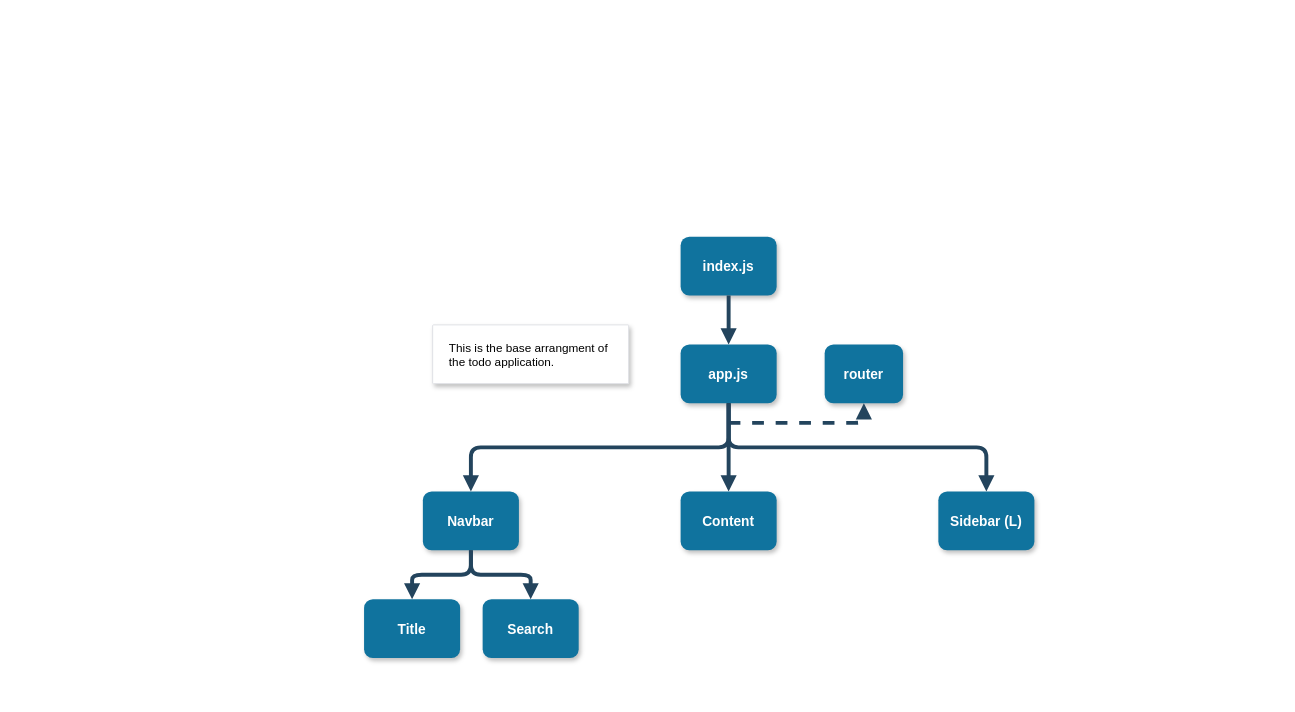
Earlier version of the draw.io diagram app-components.drawio (Hmc-1209/Todo-taskAPP). Source tidied: cells renumbered, new cells numbered last; positions are measured from the earlier drawing's top-left corner, leaving out a move shared by most shapes. Both pictures are drawn from the tidied source at 98%, with x=0, y=0 at pixel (364, 236).
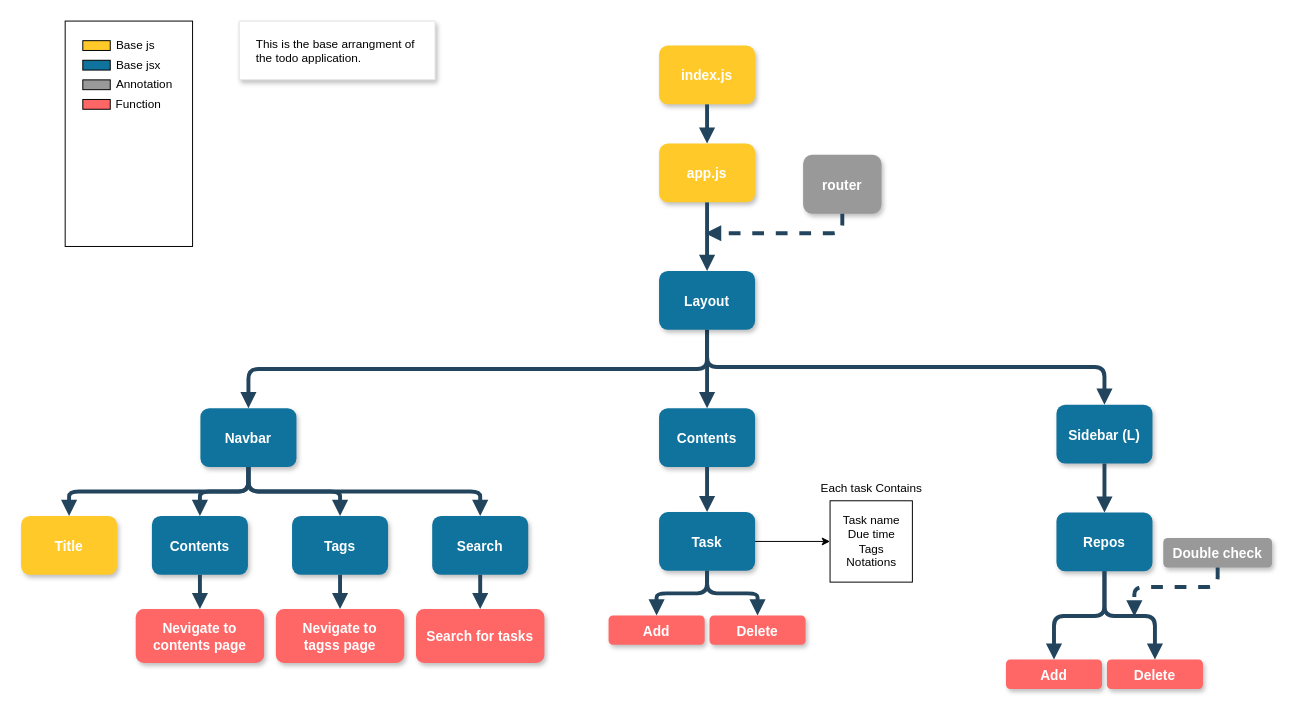
The same diagram, later.

Change to the diagram source:
```diff
@@
-    <mxCell id="2" value="index.js" style="rounded=1;fillColor=#10739E;strokeColor=none;shadow=1;gradientColor=none;fontStyle=1;fontColor=#FFFFFF;fontSize=14;" parent="1" vertex="1">
-      <mxGeometry x="323" width="98" height="60" as="geometry" />
+    <mxCell id="2" value="index.js" style="rounded=1;fillColor=#ffca29;strokeColor=none;shadow=1;gradientColor=none;fontStyle=1;fontColor=#FFFFFF;fontSize=14;" parent="1" vertex="1">
+      <mxGeometry x="301" y="-195" width="98" height="60" as="geometry" />
     </mxCell>
-    <mxCell id="3" value="router" style="rounded=1;fillColor=#10739E;strokeColor=none;shadow=1;gradientColor=none;fontStyle=1;fontColor=#FFFFFF;fontSize=14;" parent="1" vertex="1">
-      <mxGeometry x="470" y="110" width="80" height="60" as="geometry" />
+    <mxCell id="3" value="router" style="rounded=1;fillColor=#999999;strokeColor=none;shadow=1;gradientColor=none;fontStyle=1;fontColor=#FFFFFF;fontSize=14;" parent="1" vertex="1">
+      <mxGeometry x="448" y="-83.5" width="80" height="60" as="geometry" />
     </mxCell>
     <mxCell id="4" style="edgeStyle=elbowEdgeStyle;elbow=vertical;strokeWidth=4;endArrow=block;endFill=1;fontStyle=1;strokeColor=#23445D;entryX=0.5;entryY=0;entryDx=0;entryDy=0;" parent="1" edge="1" source="2" target="7">
-      <mxGeometry x="22" y="165.5" as="geometry" />
+      <mxGeometry y="-39.5" as="geometry" />
     </mxCell>
-    <mxCell id="5" style="edgeStyle=elbowEdgeStyle;elbow=vertical;strokeWidth=4;endArrow=block;endFill=1;fontStyle=1;strokeColor=#23445D;entryX=0.5;entryY=0;entryDx=0;entryDy=0;" parent="1" edge="1" target="10">
-      <mxGeometry x="22" y="165.5" as="geometry">
-        <mxPoint x="372" y="165.5" as="sourcePoint" />
-      </mxGeometry>
+    <mxCell id="5" style="edgeStyle=elbowEdgeStyle;elbow=vertical;strokeWidth=4;endArrow=block;endFill=1;fontStyle=1;strokeColor=#23445D;entryX=0.5;entryY=0;entryDx=0;entryDy=0;exitX=0.5;exitY=1;exitDx=0;exitDy=0;" parent="1" edge="1" source="54" target="10">
+      <mxGeometry y="80.5" as="geometry" />
     </mxCell>
-    <mxCell id="6" style="edgeStyle=elbowEdgeStyle;elbow=vertical;strokeWidth=4;endArrow=block;endFill=1;fontStyle=1;dashed=1;strokeColor=#23445D;" parent="1" edge="1" target="3">
-      <mxGeometry x="22" y="165.5" as="geometry">
-        <mxPoint x="372" y="190" as="sourcePoint" />
+    <mxCell id="6" style="edgeStyle=elbowEdgeStyle;elbow=vertical;strokeWidth=4;endArrow=block;endFill=1;fontStyle=1;dashed=1;strokeColor=#23445D;exitX=0.5;exitY=1;exitDx=0;exitDy=0;" parent="1" edge="1" source="3">
+      <mxGeometry y="-28" as="geometry">
+        <mxPoint x="348" y="-3.5" as="targetPoint" />
         <Array as="points">
-          <mxPoint x="510" y="190" />
-          <mxPoint x="662" y="55.5" />
+          <mxPoint x="508" y="-3.5" />
+          <mxPoint x="488" y="-3.5" />
+          <mxPoint x="640" y="-138" />
         </Array>
       </mxGeometry>
     </mxCell>
-    <mxCell id="7" value="app.js" style="rounded=1;fillColor=#10739E;strokeColor=none;shadow=1;gradientColor=none;fontStyle=1;fontColor=#FFFFFF;fontSize=14;" parent="1" vertex="1">
-      <mxGeometry x="323" y="110" width="98" height="60" as="geometry" />
+    <mxCell id="7" value="app.js" style="rounded=1;fillColor=#ffca29;strokeColor=none;shadow=1;gradientColor=none;fontStyle=1;fontColor=#FFFFFF;fontSize=14;" parent="1" vertex="1">
+      <mxGeometry x="301" y="-95" width="98" height="60" as="geometry" />
     </mxCell>
     <mxCell id="8" value="Navbar" style="rounded=1;fillColor=#10739E;strokeColor=none;shadow=1;gradientColor=none;fontStyle=1;fontColor=#FFFFFF;fontSize=14;" parent="1" vertex="1">
-      <mxGeometry x="60" y="260" width="98" height="60" as="geometry" />
+      <mxGeometry x="-167" y="175" width="98" height="60" as="geometry" />
     </mxCell>
-    <mxCell id="9" style="edgeStyle=elbowEdgeStyle;elbow=vertical;strokeWidth=4;endArrow=block;endFill=1;fontStyle=1;strokeColor=#23445D;entryX=0.5;entryY=0;entryDx=0;entryDy=0;exitX=0.5;exitY=1;exitDx=0;exitDy=0;" parent="1" edge="1" source="7" target="8">
-      <mxGeometry x="32" y="175.5" as="geometry" />
+    <mxCell id="9" style="edgeStyle=elbowEdgeStyle;elbow=vertical;strokeWidth=4;endArrow=block;endFill=1;fontStyle=1;strokeColor=#23445D;entryX=0.5;entryY=0;entryDx=0;entryDy=0;exitX=0.5;exitY=1;exitDx=0;exitDy=0;" parent="1" edge="1" source="54" target="8">
+      <mxGeometry x="-169" y="87" as="geometry" />
     </mxCell>
-    <mxCell id="10" value="Content" style="rounded=1;fillColor=#10739E;strokeColor=none;shadow=1;gradientColor=none;fontStyle=1;fontColor=#FFFFFF;fontSize=14;" parent="1" vertex="1">
-      <mxGeometry x="323" y="260" width="98" height="60" as="geometry" />
+    <mxCell id="10" value="Contents" style="rounded=1;fillColor=#10739E;strokeColor=none;shadow=1;gradientColor=none;fontStyle=1;fontColor=#FFFFFF;fontSize=14;" parent="1" vertex="1">
+      <mxGeometry x="301" y="175" width="98" height="60" as="geometry" />
     </mxCell>
     <mxCell id="11" value="Sidebar (L)" style="rounded=1;fillColor=#10739E;strokeColor=none;shadow=1;gradientColor=none;fontStyle=1;fontColor=#FFFFFF;fontSize=14;" parent="1" vertex="1">
-      <mxGeometry x="586" y="260" width="98" height="60" as="geometry" />
+      <mxGeometry x="706.5" y="171.5" width="98" height="60" as="geometry" />
     </mxCell>
-    <mxCell id="12" style="edgeStyle=elbowEdgeStyle;elbow=vertical;strokeWidth=4;endArrow=block;endFill=1;fontStyle=1;strokeColor=#23445D;entryX=0.5;entryY=0;entryDx=0;entryDy=0;exitX=0.5;exitY=1;exitDx=0;exitDy=0;" parent="1" edge="1" source="7" target="11">
-      <mxGeometry x="32" y="175.5" as="geometry" />
+    <mxCell id="12" style="edgeStyle=elbowEdgeStyle;elbow=vertical;strokeWidth=4;endArrow=block;endFill=1;fontStyle=1;strokeColor=#23445D;entryX=0.5;entryY=0;entryDx=0;entryDy=0;exitX=0.5;exitY=1;exitDx=0;exitDy=0;" parent="1" edge="1" source="54" target="11">
+      <mxGeometry x="-169" y="87" as="geometry" />
     </mxCell>
     <mxCell id="13" value="This is the base arrangment of the todo application." style="html=1;rounded=1;fillColor=#ffffff;strokeColor=#DFE1E5;fontSize=12;align=left;fontColor=#000000;shadow=1;arcSize=1;whiteSpace=wrap;verticalAlign=top;spacingLeft=15;spacingRight=15;spacingTop=10;" parent="1" vertex="1">
-      <mxGeometry x="70" y="90" width="200" height="60" as="geometry" />
+      <mxGeometry x="-127.5" y="-220" width="200" height="60" as="geometry" />
     </mxCell>
-    <mxCell id="14" value="Title" style="rounded=1;fillColor=#10739E;strokeColor=none;shadow=1;gradientColor=none;fontStyle=1;fontColor=#FFFFFF;fontSize=14;" parent="1" vertex="1">
-      <mxGeometry y="370" width="98" height="60" as="geometry" />
+    <mxCell id="14" value="Title" style="rounded=1;fillColor=#ffca29;strokeColor=none;shadow=1;gradientColor=none;fontStyle=1;fontColor=#FFFFFF;fontSize=14;" parent="1" vertex="1">
+      <mxGeometry x="-350" y="285" width="98" height="60" as="geometry" />
     </mxCell>
     <mxCell id="15" style="edgeStyle=elbowEdgeStyle;elbow=vertical;strokeWidth=4;endArrow=block;endFill=1;fontStyle=1;strokeColor=#23445D;exitX=0.5;exitY=1;exitDx=0;exitDy=0;" parent="1" edge="1" source="8" target="14">
-      <mxGeometry x="-241" y="325.5" as="geometry" />
+      <mxGeometry x="-468" y="240.5" as="geometry" />
     </mxCell>
     <mxCell id="16" value="Search" style="rounded=1;fillColor=#10739E;strokeColor=none;shadow=1;gradientColor=none;fontStyle=1;fontColor=#FFFFFF;fontSize=14;" parent="1" vertex="1">
-      <mxGeometry x="121" y="370" width="98" height="60" as="geometry" />
+      <mxGeometry x="69.5" y="285" width="98" height="60" as="geometry" />
     </mxCell>
     <mxCell id="17" style="edgeStyle=elbowEdgeStyle;elbow=vertical;strokeWidth=4;endArrow=block;endFill=1;fontStyle=1;strokeColor=#23445D;exitX=0.5;exitY=1;exitDx=0;exitDy=0;entryX=0.5;entryY=0;entryDx=0;entryDy=0;" parent="1" edge="1" source="8" target="16">
-      <mxGeometry x="-231" y="335.5" as="geometry" />
+      <mxGeometry x="-298.5" y="250.5" as="geometry" />
     </mxCell>
+    <mxCell id="18" value="Contents" style="rounded=1;fillColor=#10739E;strokeColor=none;shadow=1;gradientColor=none;fontStyle=1;fontColor=#FFFFFF;fontSize=14;" parent="1" vertex="1">
+      <mxGeometry x="-216.5" y="285" width="98" height="60" as="geometry" />
+    </mxCell>
+    <mxCell id="19" value="Tags" style="rounded=1;fillColor=#10739E;strokeColor=none;shadow=1;gradientColor=none;fontStyle=1;fontColor=#FFFFFF;fontSize=14;" parent="1" vertex="1">
+      <mxGeometry x="-73.5" y="285" width="98" height="60" as="geometry" />
+    </mxCell>
+    <mxCell id="20" style="edgeStyle=elbowEdgeStyle;elbow=vertical;strokeWidth=4;endArrow=block;endFill=1;fontStyle=1;strokeColor=#23445D;exitX=0.5;exitY=1;exitDx=0;exitDy=0;entryX=0.5;entryY=0;entryDx=0;entryDy=0;" parent="1" edge="1" source="8" target="18">
+      <mxGeometry x="-458" y="250.5" as="geometry" />
+    </mxCell>
+    <mxCell id="21" style="edgeStyle=elbowEdgeStyle;elbow=vertical;strokeWidth=4;endArrow=block;endFill=1;fontStyle=1;strokeColor=#23445D;exitX=0.5;exitY=1;exitDx=0;exitDy=0;" parent="1" edge="1" source="8" target="19">
+      <mxGeometry x="-448" y="260.5" as="geometry" />
+    </mxCell>
+    <mxCell id="22" style="rounded=0;whiteSpace=wrap;html=1;" parent="1" vertex="1">
+      <mxGeometry x="-305" y="-220" width="130" height="230" as="geometry" />
+    </mxCell>
+    <mxCell id="23" style="rounded=0;whiteSpace=wrap;html=1;fillColor=#ffca29;" parent="1" vertex="1">
+      <mxGeometry x="-287" y="-200" width="28" height="10" as="geometry" />
+    </mxCell>
+    <mxCell id="24" value="Base js" style="text;html=1;strokeColor=none;fillColor=none;align=center;verticalAlign=middle;whiteSpace=wrap;rounded=0;" parent="1" vertex="1">
+      <mxGeometry x="-260" y="-205" width="54" height="20" as="geometry" />
+    </mxCell>
+    <mxCell id="25" style="rounded=0;whiteSpace=wrap;html=1;fillColor=#10739E;" parent="1" vertex="1">
+      <mxGeometry x="-287" y="-180" width="28" height="10" as="geometry" />
+    </mxCell>
+    <mxCell id="26" value="Base jsx" style="text;html=1;strokeColor=none;fillColor=none;align=center;verticalAlign=middle;whiteSpace=wrap;rounded=0;" parent="1" vertex="1">
+      <mxGeometry x="-257" y="-185" width="54" height="20" as="geometry" />
+    </mxCell>
+    <mxCell id="27" style="rounded=0;whiteSpace=wrap;html=1;fillColor=#999999;" parent="1" vertex="1">
+      <mxGeometry x="-287" y="-160" width="28" height="10" as="geometry" />
+    </mxCell>
+    <mxCell id="28" value="Annotation" style="text;html=1;strokeColor=none;fillColor=none;align=center;verticalAlign=middle;whiteSpace=wrap;rounded=0;" parent="1" vertex="1">
+      <mxGeometry x="-244" y="-165" width="40" height="20" as="geometry" />
+    </mxCell>
+    <mxCell id="29" value="Repos" style="rounded=1;fillColor=#10739E;strokeColor=none;shadow=1;gradientColor=none;fontStyle=1;fontColor=#FFFFFF;fontSize=14;" parent="1" vertex="1">
+      <mxGeometry x="706.5" y="281.5" width="98" height="60" as="geometry" />
+    </mxCell>
+    <mxCell id="30" style="edgeStyle=elbowEdgeStyle;elbow=vertical;strokeWidth=4;endArrow=block;endFill=1;fontStyle=1;strokeColor=#23445D;entryX=0.5;entryY=0;entryDx=0;entryDy=0;exitX=0.5;exitY=1;exitDx=0;exitDy=0;" parent="1" edge="1" source="11" target="29">
+      <mxGeometry x="162.5" y="97" as="geometry" />
+    </mxCell>
+    <mxCell id="31" style="rounded=0;whiteSpace=wrap;html=1;fillColor=#FF6666;" parent="1" vertex="1">
+      <mxGeometry x="-287" y="-140" width="28" height="10" as="geometry" />
+    </mxCell>
+    <mxCell id="32" value="Function" style="text;html=1;strokeColor=none;fillColor=none;align=center;verticalAlign=middle;whiteSpace=wrap;rounded=0;" parent="1" vertex="1">
+      <mxGeometry x="-250" y="-145" width="40" height="20" as="geometry" />
+    </mxCell>
+    <mxCell id="33" value="Add" style="rounded=1;fillColor=#FF6666;strokeColor=none;shadow=1;gradientColor=none;fontStyle=1;fontColor=#FFFFFF;fontSize=14;" parent="1" vertex="1">
+      <mxGeometry x="655" y="431.5" width="98" height="30" as="geometry" />
+    </mxCell>
+    <mxCell id="34" value="Delete" style="rounded=1;fillColor=#FF6666;strokeColor=none;shadow=1;gradientColor=none;fontStyle=1;fontColor=#FFFFFF;fontSize=14;" parent="1" vertex="1">
+      <mxGeometry x="758" y="431.5" width="98" height="30" as="geometry" />
+    </mxCell>
+    <mxCell id="35" style="edgeStyle=elbowEdgeStyle;elbow=vertical;strokeWidth=4;endArrow=block;endFill=1;fontStyle=1;strokeColor=#23445D;entryX=0.5;entryY=0;entryDx=0;entryDy=0;exitX=0.5;exitY=1;exitDx=0;exitDy=0;" parent="1" edge="1" source="29" target="33">
+      <mxGeometry x="165.5" y="239" as="geometry" />
+    </mxCell>
+    <mxCell id="36" style="edgeStyle=elbowEdgeStyle;elbow=vertical;strokeWidth=4;endArrow=block;endFill=1;fontStyle=1;strokeColor=#23445D;exitX=0.5;exitY=1;exitDx=0;exitDy=0;" parent="1" edge="1" source="29" target="34">
+      <mxGeometry x="178" y="127" as="geometry" />
+    </mxCell>
+    <mxCell id="37" value="Double check" style="rounded=1;fillColor=#999999;strokeColor=none;shadow=1;gradientColor=none;fontStyle=1;fontColor=#FFFFFF;fontSize=14;" parent="1" vertex="1">
+      <mxGeometry x="815.5" y="307.5" width="111" height="30" as="geometry" />
+    </mxCell>
+    <mxCell id="38" style="edgeStyle=elbowEdgeStyle;elbow=vertical;strokeWidth=4;endArrow=block;endFill=1;fontStyle=1;dashed=1;strokeColor=#23445D;exitX=0.5;exitY=1;exitDx=0;exitDy=0;" parent="1" edge="1" source="37">
+      <mxGeometry x="587.5" y="295.5" as="geometry">
+        <mxPoint x="786" y="387.5" as="targetPoint" />
+        <Array as="points">
+          <mxPoint x="825.5" y="357.5" />
+          <mxPoint x="956.5" y="380" />
+          <mxPoint x="1075.5" y="320" />
+          <mxPoint x="1227.5" y="185.5" />
+        </Array>
+      </mxGeometry>
+    </mxCell>
+    <mxCell id="39" value="Nevigate to &#10;contents page" style="rounded=1;fillColor=#FF6666;strokeColor=none;shadow=1;gradientColor=none;fontStyle=1;fontColor=#FFFFFF;fontSize=14;" parent="1" vertex="1">
+      <mxGeometry x="-233" y="380" width="131" height="55" as="geometry" />
+    </mxCell>
+    <mxCell id="40" style="edgeStyle=elbowEdgeStyle;elbow=vertical;strokeWidth=4;endArrow=block;endFill=1;fontStyle=1;strokeColor=#23445D;exitX=0.5;exitY=1;exitDx=0;exitDy=0;entryX=0.5;entryY=0;entryDx=0;entryDy=0;" parent="1" edge="1" source="18" target="39">
+      <mxGeometry x="-475" y="450.5" as="geometry" />
+    </mxCell>
+    <mxCell id="41" value="Nevigate to &#10;tagss page" style="rounded=1;fillColor=#FF6666;strokeColor=none;shadow=1;gradientColor=none;fontStyle=1;fontColor=#FFFFFF;fontSize=14;" parent="1" vertex="1">
+      <mxGeometry x="-90" y="380" width="131" height="55" as="geometry" />
+    </mxCell>
+    <mxCell id="42" style="edgeStyle=elbowEdgeStyle;elbow=vertical;strokeWidth=4;endArrow=block;endFill=1;fontStyle=1;strokeColor=#23445D;exitX=0.5;exitY=1;exitDx=0;exitDy=0;entryX=0.5;entryY=0;entryDx=0;entryDy=0;" parent="1" edge="1" source="19" target="41">
+      <mxGeometry x="-428.5" y="460.5" as="geometry" />
+    </mxCell>
+    <mxCell id="43" value="Search for tasks" style="rounded=1;fillColor=#FF6666;strokeColor=none;shadow=1;gradientColor=none;fontStyle=1;fontColor=#FFFFFF;fontSize=14;" parent="1" vertex="1">
+      <mxGeometry x="53" y="380" width="131" height="55" as="geometry" />
+    </mxCell>
+    <mxCell id="44" style="edgeStyle=elbowEdgeStyle;elbow=vertical;strokeWidth=4;endArrow=block;endFill=1;fontStyle=1;strokeColor=#23445D;exitX=0.5;exitY=1;exitDx=0;exitDy=0;entryX=0.5;entryY=0;entryDx=0;entryDy=0;" parent="1" edge="1" source="16" target="43">
+      <mxGeometry x="-418.5" y="470.5" as="geometry" />
+    </mxCell>
+    <mxCell id="45" style="edgeStyle=orthogonalEdgeStyle;rounded=0;jettySize=auto;html=1;" parent="1" edge="1" source="46" target="48">
+      <mxGeometry relative="1" as="geometry" />
+    </mxCell>
+    <mxCell id="46" value="Task" style="rounded=1;fillColor=#10739E;strokeColor=none;shadow=1;gradientColor=none;fontStyle=1;fontColor=#FFFFFF;fontSize=14;" parent="1" vertex="1">
+      <mxGeometry x="301" y="281" width="98" height="60" as="geometry" />
+    </mxCell>
+    <mxCell id="47" style="edgeStyle=elbowEdgeStyle;elbow=vertical;strokeWidth=4;endArrow=block;endFill=1;fontStyle=1;strokeColor=#23445D;entryX=0.5;entryY=0;entryDx=0;entryDy=0;exitX=0.5;exitY=1;exitDx=0;exitDy=0;" parent="1" edge="1" source="10" target="46">
+      <mxGeometry x="10" y="90.5" as="geometry" />
+    </mxCell>
+    <mxCell id="48" value="Task name&lt;br&gt;Due time&lt;br&gt;Tags&lt;br&gt;Notations" style="rounded=0;whiteSpace=wrap;html=1;strokeColor=#000000;fillColor=#FFFFFF;" parent="1" vertex="1">
+      <mxGeometry x="475.5" y="269.5" width="84" height="83" as="geometry" />
+    </mxCell>
+    <mxCell id="49" value="Each task Contains" style="text;html=1;strokeColor=none;fillColor=none;align=center;verticalAlign=middle;whiteSpace=wrap;rounded=0;" parent="1" vertex="1">
+      <mxGeometry x="450.5" y="246.5" width="134" height="20" as="geometry" />
+    </mxCell>
+    <mxCell id="50" value="Add" style="rounded=1;fillColor=#FF6666;strokeColor=none;shadow=1;gradientColor=none;fontStyle=1;fontColor=#FFFFFF;fontSize=14;" parent="1" vertex="1">
+      <mxGeometry x="249.5" y="386.5" width="98" height="30" as="geometry" />
+    </mxCell>
+    <mxCell id="51" value="Delete" style="rounded=1;fillColor=#FF6666;strokeColor=none;shadow=1;gradientColor=none;fontStyle=1;fontColor=#FFFFFF;fontSize=14;" parent="1" vertex="1">
+      <mxGeometry x="352.5" y="386.5" width="98" height="30" as="geometry" />
+    </mxCell>
+    <mxCell id="52" style="edgeStyle=elbowEdgeStyle;elbow=vertical;strokeWidth=4;endArrow=block;endFill=1;fontStyle=1;strokeColor=#23445D;entryX=0.5;entryY=0;entryDx=0;entryDy=0;exitX=0.5;exitY=1;exitDx=0;exitDy=0;" parent="1" edge="1" source="46" target="50">
+      <mxGeometry x="-263.5" y="324" as="geometry" />
+    </mxCell>
+    <mxCell id="53" style="edgeStyle=elbowEdgeStyle;elbow=vertical;strokeWidth=4;endArrow=block;endFill=1;fontStyle=1;strokeColor=#23445D;exitX=0.5;exitY=1;exitDx=0;exitDy=0;" parent="1" edge="1" source="46" target="51">
+      <mxGeometry x="-253.5" y="334" as="geometry" />
+    </mxCell>
+    <mxCell id="54" value="Layout" style="rounded=1;fillColor=#10739E;strokeColor=none;shadow=1;gradientColor=none;fontStyle=1;fontColor=#FFFFFF;fontSize=14;" parent="1" vertex="1">
+      <mxGeometry x="301" y="35" width="98" height="60" as="geometry" />
+    </mxCell>
+    <mxCell id="55" style="edgeStyle=elbowEdgeStyle;elbow=vertical;strokeWidth=4;endArrow=block;endFill=1;fontStyle=1;strokeColor=#23445D;exitX=0.5;exitY=1;exitDx=0;exitDy=0;" parent="1" edge="1" source="7" target="54">
+      <mxGeometry x="-24" y="-41" as="geometry" />
+    </mxCell>
```
